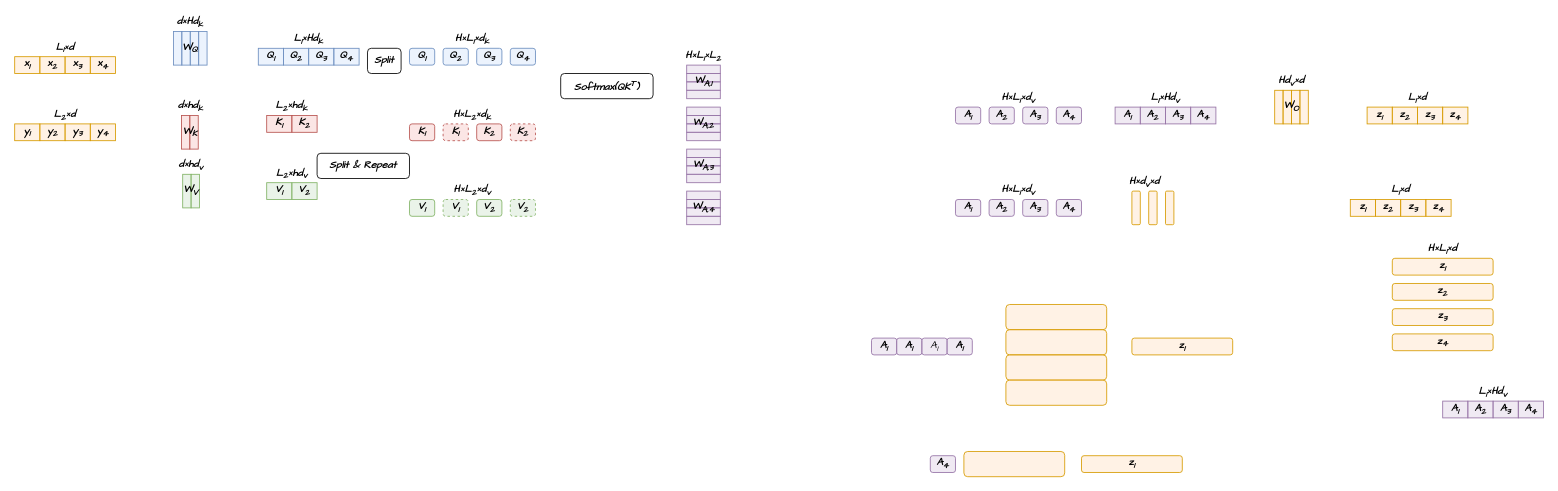
The draw.io diagram page "第 2 页" (2 of 3) of 未命名绘图2.drawio in ZhangzeqingCN/api-project, before the edit. Source tidied: cells renumbered, new cells numbered last; positions are measured from the earlier drawing's top-left corner, leaving out a move shared by most shapes. Both pictures are drawn from the tidied source at 84%, with x=0, y=0 at pixel (14, 14).
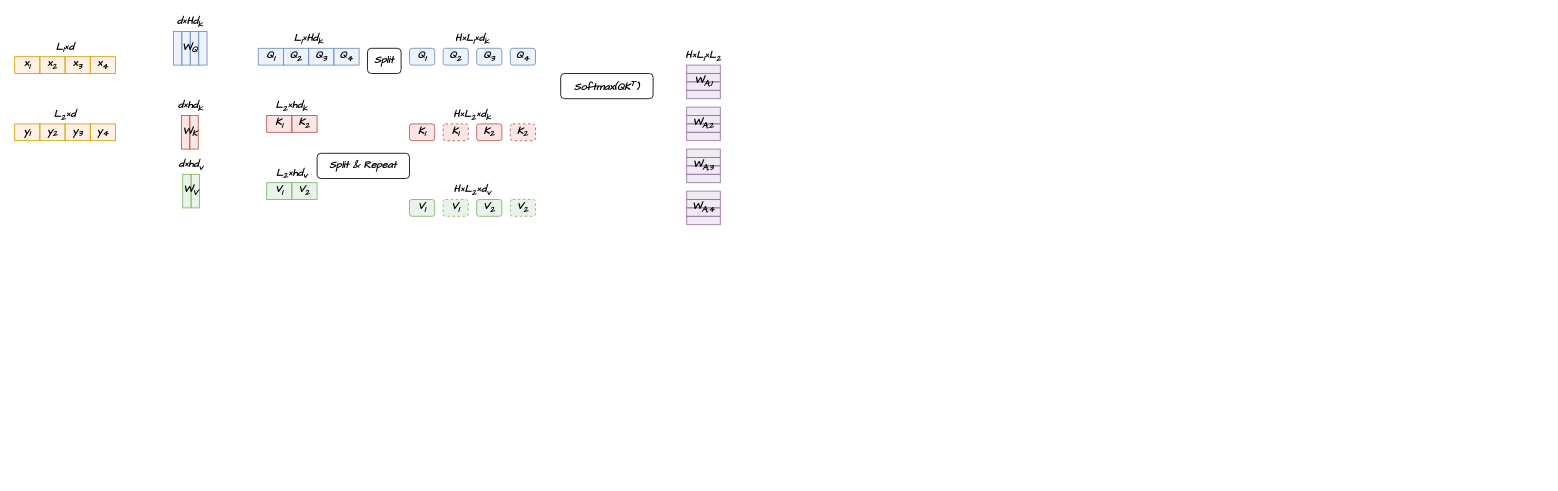
Above is the later version.

Commit message:
更新未命名绘图2.drawio

Change to the diagram source:
```diff
@@
-    <mxCell id="85" style="group;" parent="1" vertex="1">
-      <mxGeometry x="1610" y="90" width="120" height="40" as="geometry" />
-    </mxCell>
-    <mxCell id="86" value="&lt;span&gt;&lt;span&gt;z&lt;sub&gt;1&lt;/sub&gt;&lt;/span&gt;&lt;/span&gt;" style="rounded=0;whiteSpace=wrap;html=1;rotation=0;fillColor=#ffe6cc;strokeColor=#d79b00;fillOpacity=50;fontFamily=Comic Sans MS;fontStyle=3;" parent="85" vertex="1">
-      <mxGeometry y="20" width="30" height="20" as="geometry" />
-    </mxCell>
-    <mxCell id="87" value="&lt;span&gt;&lt;span&gt;z&lt;sub&gt;2&lt;/sub&gt;&lt;/span&gt;&lt;/span&gt;" style="rounded=0;whiteSpace=wrap;html=1;rotation=0;fillColor=#ffe6cc;strokeColor=#d79b00;fillOpacity=50;fontFamily=Comic Sans MS;fontStyle=3;" parent="85" vertex="1">
-      <mxGeometry x="30" y="20" width="30" height="20" as="geometry" />
-    </mxCell>
-    <mxCell id="88" value="&lt;span&gt;&lt;span&gt;z&lt;sub&gt;3&lt;/sub&gt;&lt;/span&gt;&lt;/span&gt;" style="rounded=0;whiteSpace=wrap;html=1;rotation=0;fillColor=#ffe6cc;strokeColor=#d79b00;fillOpacity=50;fontFamily=Comic Sans MS;fontStyle=3;" parent="85" vertex="1">
-      <mxGeometry x="60" y="20" width="30" height="20" as="geometry" />
-    </mxCell>
-    <mxCell id="89" value="&lt;span&gt;&lt;span&gt;z&lt;sub&gt;4&lt;/sub&gt;&lt;/span&gt;&lt;/span&gt;" style="rounded=0;whiteSpace=wrap;html=1;rotation=0;fillColor=#ffe6cc;strokeColor=#d79b00;fillOpacity=50;fontFamily=Comic Sans MS;fontStyle=3;" parent="85" vertex="1">
-      <mxGeometry x="90" y="20" width="30" height="20" as="geometry" />
-    </mxCell>
-    <mxCell id="90" value="&lt;font&gt;&lt;span&gt;&lt;span&gt;L&lt;sub&gt;1&lt;/sub&gt;×d&lt;/span&gt;&lt;/span&gt;&lt;/font&gt;" style="text;html=1;align=center;verticalAlign=middle;whiteSpace=wrap;rounded=0;fontFamily=Comic Sans MS;fontStyle=3;" parent="85" vertex="1">
-      <mxGeometry width="120" height="20" as="geometry" />
-    </mxCell>
-    <mxCell id="91" style="group;" parent="1" vertex="1">
-      <mxGeometry x="1120" y="90" width="150" height="40" as="geometry" />
-    </mxCell>
-    <mxCell id="92" value="&lt;span&gt;&lt;span&gt;A&lt;sub&gt;1&lt;/sub&gt;&lt;/span&gt;&lt;/span&gt;" style="rounded=1;whiteSpace=wrap;html=1;rotation=0;fillColor=#e1d5e7;strokeColor=#9673a6;fillOpacity=50;fontFamily=Comic Sans MS;fontStyle=3;" parent="91" vertex="1">
-      <mxGeometry y="20" width="30" height="20" as="geometry" />
-    </mxCell>
-    <mxCell id="93" value="&lt;span&gt;&lt;span&gt;A&lt;sub&gt;2&lt;/sub&gt;&lt;/span&gt;&lt;/span&gt;" style="rounded=1;whiteSpace=wrap;html=1;rotation=0;fillColor=#e1d5e7;strokeColor=#9673a6;fillOpacity=50;fontFamily=Comic Sans MS;fontStyle=3;" parent="91" vertex="1">
-      <mxGeometry x="40" y="20" width="30" height="20" as="geometry" />
-    </mxCell>
-    <mxCell id="94" value="&lt;span&gt;&lt;span&gt;A&lt;sub&gt;3&lt;/sub&gt;&lt;/span&gt;&lt;/span&gt;" style="rounded=1;whiteSpace=wrap;html=1;rotation=0;fillColor=#e1d5e7;strokeColor=#9673a6;fillOpacity=50;fontFamily=Comic Sans MS;fontStyle=3;" parent="91" vertex="1">
-      <mxGeometry x="80" y="20" width="30" height="20" as="geometry" />
-    </mxCell>
-    <mxCell id="95" value="&lt;span&gt;&lt;span&gt;A&lt;sub&gt;4&lt;/sub&gt;&lt;/span&gt;&lt;/span&gt;" style="rounded=1;whiteSpace=wrap;html=1;rotation=0;fillColor=#e1d5e7;strokeColor=#9673a6;fillOpacity=50;fontFamily=Comic Sans MS;fontStyle=3;" parent="91" vertex="1">
-      <mxGeometry x="120" y="20" width="30" height="20" as="geometry" />
-    </mxCell>
-    <mxCell id="96" value="&lt;font&gt;H×&lt;span&gt;&lt;span&gt;L&lt;sub&gt;1&lt;/sub&gt;×d&lt;sub&gt;v&lt;/sub&gt;&lt;/span&gt;&lt;/span&gt;&lt;/font&gt;" style="text;html=1;align=center;verticalAlign=middle;whiteSpace=wrap;rounded=1;fontFamily=Comic Sans MS;fontStyle=3;" parent="91" vertex="1">
-      <mxGeometry width="150" height="20" as="geometry" />
-    </mxCell>
-    <mxCell id="97" style="group;" parent="1" vertex="1">
-      <mxGeometry x="1310" y="90" width="120" height="40" as="geometry" />
-    </mxCell>
-    <mxCell id="98" value="&lt;span&gt;&lt;span&gt;A&lt;sub&gt;1&lt;/sub&gt;&lt;/span&gt;&lt;/span&gt;" style="rounded=0;whiteSpace=wrap;html=1;rotation=0;fillColor=#e1d5e7;strokeColor=#9673a6;fillOpacity=50;fontFamily=Comic Sans MS;fontStyle=3;" parent="97" vertex="1">
-      <mxGeometry y="20" width="30" height="20" as="geometry" />
-    </mxCell>
-    <mxCell id="99" value="&lt;span&gt;&lt;span&gt;A&lt;sub&gt;2&lt;/sub&gt;&lt;/span&gt;&lt;/span&gt;" style="rounded=0;whiteSpace=wrap;html=1;rotation=0;fillColor=#e1d5e7;strokeColor=#9673a6;fillOpacity=50;fontFamily=Comic Sans MS;fontStyle=3;" parent="97" vertex="1">
-      <mxGeometry x="30" y="20" width="30" height="20" as="geometry" />
-    </mxCell>
-    <mxCell id="100" value="&lt;span&gt;&lt;span&gt;A&lt;sub&gt;3&lt;/sub&gt;&lt;/span&gt;&lt;/span&gt;" style="rounded=0;whiteSpace=wrap;html=1;rotation=0;fillColor=#e1d5e7;strokeColor=#9673a6;fillOpacity=50;fontFamily=Comic Sans MS;fontStyle=3;" parent="97" vertex="1">
-      <mxGeometry x="60" y="20" width="30" height="20" as="geometry" />
-    </mxCell>
-    <mxCell id="101" value="&lt;span&gt;&lt;span&gt;A&lt;sub&gt;4&lt;/sub&gt;&lt;/span&gt;&lt;/span&gt;" style="rounded=0;whiteSpace=wrap;html=1;rotation=0;fillColor=#e1d5e7;strokeColor=#9673a6;fillOpacity=50;fontFamily=Comic Sans MS;fontStyle=3;" parent="97" vertex="1">
-      <mxGeometry x="90" y="20" width="30" height="20" as="geometry" />
-    </mxCell>
-    <mxCell id="102" value="&lt;font&gt;&lt;span&gt;&lt;span&gt;L&lt;sub&gt;1&lt;/sub&gt;×Hd&lt;sub&gt;v&lt;/sub&gt;&lt;/span&gt;&lt;/span&gt;&lt;/font&gt;" style="text;html=1;align=center;verticalAlign=middle;whiteSpace=wrap;rounded=1;fontFamily=Comic Sans MS;fontStyle=3;" parent="97" vertex="1">
-      <mxGeometry width="120" height="20" as="geometry" />
-    </mxCell>
-    <mxCell id="103" style="group;" parent="1" vertex="1">
-      <mxGeometry x="1500" y="70" width="40" height="60" as="geometry" />
-    </mxCell>
-    <mxCell id="104" value="&lt;font&gt;Hd&lt;sub&gt;v&lt;/sub&gt;×&lt;span&gt;&lt;span&gt;d&lt;/span&gt;&lt;/span&gt;&lt;/font&gt;" style="text;html=1;align=center;verticalAlign=middle;whiteSpace=wrap;rounded=0;fontFamily=Comic Sans MS;fontStyle=3;" parent="103" vertex="1">
-      <mxGeometry width="40" height="20" as="geometry" />
-    </mxCell>
-    <mxCell id="105" style="rounded=0;whiteSpace=wrap;html=1;rotation=0;fillColor=#ffe6cc;strokeColor=#d79b00;fillOpacity=50;fontSize=6;fontFamily=Comic Sans MS;fontStyle=3;" parent="103" vertex="1">
-      <mxGeometry y="20" width="10" height="40" as="geometry" />
-    </mxCell>
-    <mxCell id="106" style="rounded=0;whiteSpace=wrap;html=1;rotation=0;fillColor=#ffe6cc;strokeColor=#d79b00;fillOpacity=50;fontSize=6;fontFamily=Comic Sans MS;fontStyle=3;" parent="103" vertex="1">
-      <mxGeometry x="10" y="20" width="10" height="40" as="geometry" />
-    </mxCell>
-    <mxCell id="107" style="rounded=0;whiteSpace=wrap;html=1;rotation=0;fillColor=#ffe6cc;strokeColor=#d79b00;fillOpacity=50;fontSize=6;fontFamily=Comic Sans MS;fontStyle=3;" parent="103" vertex="1">
-      <mxGeometry x="30" y="20" width="10" height="40" as="geometry" />
-    </mxCell>
-    <mxCell id="108" style="rounded=0;whiteSpace=wrap;html=1;rotation=0;fillColor=#ffe6cc;strokeColor=#d79b00;fillOpacity=50;fontSize=6;fontFamily=Comic Sans MS;fontStyle=3;" parent="103" vertex="1">
-      <mxGeometry x="20" y="20" width="10" height="40" as="geometry" />
-    </mxCell>
-    <mxCell id="109" value="&lt;span&gt;&lt;span&gt;&lt;font&gt;W&lt;sub&gt;O&lt;/sub&gt;&lt;/font&gt;&lt;/span&gt;&lt;/span&gt;" style="text;html=1;align=center;verticalAlign=middle;whiteSpace=wrap;rounded=0;fontFamily=Comic Sans MS;fontStyle=3;" parent="103" vertex="1">
-      <mxGeometry x="10" y="30" width="20" height="20" as="geometry" />
-    </mxCell>
-    <mxCell id="110" style="group;" parent="1" vertex="1">
-      <mxGeometry x="1120" y="200" width="150" height="40" as="geometry" />
-    </mxCell>
-    <mxCell id="111" value="&lt;span&gt;&lt;span&gt;A&lt;sub&gt;1&lt;/sub&gt;&lt;/span&gt;&lt;/span&gt;" style="rounded=1;whiteSpace=wrap;html=1;rotation=0;fillColor=#e1d5e7;strokeColor=#9673a6;fillOpacity=50;fontFamily=Comic Sans MS;fontStyle=3;" parent="110" vertex="1">
-      <mxGeometry y="20" width="30" height="20" as="geometry" />
-    </mxCell>
-    <mxCell id="112" value="&lt;span&gt;&lt;span&gt;A&lt;sub&gt;2&lt;/sub&gt;&lt;/span&gt;&lt;/span&gt;" style="rounded=1;whiteSpace=wrap;html=1;rotation=0;fillColor=#e1d5e7;strokeColor=#9673a6;fillOpacity=50;fontFamily=Comic Sans MS;fontStyle=3;" parent="110" vertex="1">
-      <mxGeometry x="40" y="20" width="30" height="20" as="geometry" />
-    </mxCell>
-    <mxCell id="113" value="&lt;span&gt;&lt;span&gt;A&lt;sub&gt;3&lt;/sub&gt;&lt;/span&gt;&lt;/span&gt;" style="rounded=1;whiteSpace=wrap;html=1;rotation=0;fillColor=#e1d5e7;strokeColor=#9673a6;fillOpacity=50;fontFamily=Comic Sans MS;fontStyle=3;" parent="110" vertex="1">
-      <mxGeometry x="80" y="20" width="30" height="20" as="geometry" />
-    </mxCell>
-    <mxCell id="114" value="&lt;span&gt;&lt;span&gt;A&lt;sub&gt;4&lt;/sub&gt;&lt;/span&gt;&lt;/span&gt;" style="rounded=1;whiteSpace=wrap;html=1;rotation=0;fillColor=#e1d5e7;strokeColor=#9673a6;fillOpacity=50;fontFamily=Comic Sans MS;fontStyle=3;" parent="110" vertex="1">
-      <mxGeometry x="120" y="20" width="30" height="20" as="geometry" />
-    </mxCell>
-    <mxCell id="115" value="&lt;font&gt;H×&lt;span&gt;&lt;span&gt;L&lt;sub&gt;1&lt;/sub&gt;×d&lt;sub&gt;v&lt;/sub&gt;&lt;/span&gt;&lt;/span&gt;&lt;/font&gt;" style="text;html=1;align=center;verticalAlign=middle;whiteSpace=wrap;rounded=1;fontFamily=Comic Sans MS;fontStyle=3;" parent="110" vertex="1">
-      <mxGeometry width="150" height="20" as="geometry" />
-    </mxCell>
-    <mxCell id="116" style="group;" parent="1" vertex="1">
-      <mxGeometry x="1700" y="440" width="120" height="40" as="geometry" />
-    </mxCell>
-    <mxCell id="117" value="&lt;span&gt;&lt;span&gt;A&lt;sub&gt;1&lt;/sub&gt;&lt;/span&gt;&lt;/span&gt;" style="rounded=0;whiteSpace=wrap;html=1;rotation=0;fillColor=#e1d5e7;strokeColor=#9673a6;fillOpacity=50;fontFamily=Comic Sans MS;fontStyle=3;" parent="116" vertex="1">
-      <mxGeometry y="20" width="30" height="20" as="geometry" />
-    </mxCell>
-    <mxCell id="118" value="&lt;span&gt;&lt;span&gt;A&lt;sub&gt;2&lt;/sub&gt;&lt;/span&gt;&lt;/span&gt;" style="rounded=0;whiteSpace=wrap;html=1;rotation=0;fillColor=#e1d5e7;strokeColor=#9673a6;fillOpacity=50;fontFamily=Comic Sans MS;fontStyle=3;" parent="116" vertex="1">
-      <mxGeometry x="30" y="20" width="30" height="20" as="geometry" />
-    </mxCell>
-    <mxCell id="119" value="&lt;span&gt;&lt;span&gt;A&lt;sub&gt;3&lt;/sub&gt;&lt;/span&gt;&lt;/span&gt;" style="rounded=0;whiteSpace=wrap;html=1;rotation=0;fillColor=#e1d5e7;strokeColor=#9673a6;fillOpacity=50;fontFamily=Comic Sans MS;fontStyle=3;" parent="116" vertex="1">
-      <mxGeometry x="60" y="20" width="30" height="20" as="geometry" />
-    </mxCell>
-    <mxCell id="120" value="&lt;span&gt;&lt;span&gt;A&lt;sub&gt;4&lt;/sub&gt;&lt;/span&gt;&lt;/span&gt;" style="rounded=0;whiteSpace=wrap;html=1;rotation=0;fillColor=#e1d5e7;strokeColor=#9673a6;fillOpacity=50;fontFamily=Comic Sans MS;fontStyle=3;" parent="116" vertex="1">
-      <mxGeometry x="90" y="20" width="30" height="20" as="geometry" />
-    </mxCell>
-    <mxCell id="121" value="&lt;font&gt;&lt;span&gt;&lt;span&gt;L&lt;sub&gt;1&lt;/sub&gt;×Hd&lt;sub&gt;v&lt;/sub&gt;&lt;/span&gt;&lt;/span&gt;&lt;/font&gt;" style="text;html=1;align=center;verticalAlign=middle;whiteSpace=wrap;rounded=1;fontFamily=Comic Sans MS;fontStyle=3;" parent="116" vertex="1">
-      <mxGeometry width="120" height="20" as="geometry" />
-    </mxCell>
-    <mxCell id="122" value="&lt;font&gt;H×d&lt;sub&gt;v&lt;/sub&gt;×&lt;span&gt;&lt;span&gt;d&lt;/span&gt;&lt;/span&gt;&lt;/font&gt;" style="text;html=1;align=center;verticalAlign=middle;whiteSpace=wrap;rounded=0;fontFamily=Comic Sans MS;fontStyle=3;" parent="1" vertex="1">
-      <mxGeometry x="1310" y="190" width="70" height="20" as="geometry" />
-    </mxCell>
-    <mxCell id="123" style="rounded=1;whiteSpace=wrap;html=1;rotation=0;fillColor=#ffe6cc;strokeColor=#d79b00;fillOpacity=50;fontSize=6;fontFamily=Comic Sans MS;fontStyle=3;" parent="1" vertex="1">
-      <mxGeometry x="1130" y="520" width="120" height="30" as="geometry" />
-    </mxCell>
-    <mxCell id="124" style="rounded=1;whiteSpace=wrap;html=1;rotation=0;fillColor=#ffe6cc;strokeColor=#d79b00;fillOpacity=50;fontSize=6;fontFamily=Comic Sans MS;fontStyle=3;" parent="1" vertex="1">
-      <mxGeometry x="1350" y="210" width="10" height="40" as="geometry" />
-    </mxCell>
-    <mxCell id="125" style="rounded=1;whiteSpace=wrap;html=1;rotation=0;fillColor=#ffe6cc;strokeColor=#d79b00;fillOpacity=50;fontSize=6;fontFamily=Comic Sans MS;fontStyle=3;" parent="1" vertex="1">
-      <mxGeometry x="1330" y="210" width="10" height="40" as="geometry" />
-    </mxCell>
-    <mxCell id="126" style="rounded=1;whiteSpace=wrap;html=1;rotation=0;fillColor=#ffe6cc;strokeColor=#d79b00;fillOpacity=50;fontSize=6;fontFamily=Comic Sans MS;fontStyle=3;" parent="1" vertex="1">
-      <mxGeometry x="1370" y="210" width="10" height="40" as="geometry" />
-    </mxCell>
-    <mxCell id="127" value="&lt;span&gt;&lt;span&gt;z&lt;sub&gt;1&lt;/sub&gt;&lt;/span&gt;&lt;/span&gt;" style="rounded=1;whiteSpace=wrap;html=1;rotation=0;fillColor=#ffe6cc;strokeColor=#d79b00;fillOpacity=50;fontFamily=Comic Sans MS;fontStyle=3;" parent="1" vertex="1">
-      <mxGeometry x="1640" y="290" width="120" height="20" as="geometry" />
-    </mxCell>
-    <mxCell id="128" value="&lt;span&gt;&lt;span&gt;z&lt;sub&gt;2&lt;/sub&gt;&lt;/span&gt;&lt;/span&gt;" style="rounded=1;whiteSpace=wrap;html=1;rotation=0;fillColor=#ffe6cc;strokeColor=#d79b00;fillOpacity=50;fontFamily=Comic Sans MS;fontStyle=3;" parent="1" vertex="1">
-      <mxGeometry x="1640" y="320" width="120" height="20" as="geometry" />
-    </mxCell>
-    <mxCell id="129" value="&lt;span&gt;&lt;span&gt;z&lt;sub&gt;3&lt;/sub&gt;&lt;/span&gt;&lt;/span&gt;" style="rounded=1;whiteSpace=wrap;html=1;rotation=0;fillColor=#ffe6cc;strokeColor=#d79b00;fillOpacity=50;fontFamily=Comic Sans MS;fontStyle=3;" parent="1" vertex="1">
-      <mxGeometry x="1640" y="350" width="120" height="20" as="geometry" />
-    </mxCell>
-    <mxCell id="130" value="&lt;span&gt;&lt;span&gt;z&lt;sub&gt;4&lt;/sub&gt;&lt;/span&gt;&lt;/span&gt;" style="rounded=1;whiteSpace=wrap;html=1;rotation=0;fillColor=#ffe6cc;strokeColor=#d79b00;fillOpacity=50;fontFamily=Comic Sans MS;fontStyle=3;" parent="1" vertex="1">
-      <mxGeometry x="1640" y="380" width="120" height="20" as="geometry" />
-    </mxCell>
-    <mxCell id="131" value="&lt;font&gt;H×L&lt;sub&gt;1&lt;/sub&gt;×&lt;span&gt;&lt;span&gt;d&lt;/span&gt;&lt;/span&gt;&lt;/font&gt;" style="text;html=1;align=center;verticalAlign=middle;whiteSpace=wrap;rounded=0;fontFamily=Comic Sans MS;fontStyle=3;" parent="1" vertex="1">
-      <mxGeometry x="1640" y="270" width="120" height="20" as="geometry" />
-    </mxCell>
-    <mxCell id="132" style="group;" parent="1" vertex="1">
-      <mxGeometry x="1590" y="200" width="120" height="40" as="geometry" />
-    </mxCell>
-    <mxCell id="133" value="&lt;span&gt;&lt;span&gt;z&lt;sub&gt;1&lt;/sub&gt;&lt;/span&gt;&lt;/span&gt;" style="rounded=0;whiteSpace=wrap;html=1;rotation=0;fillColor=#ffe6cc;strokeColor=#d79b00;fillOpacity=50;fontFamily=Comic Sans MS;fontStyle=3;" parent="132" vertex="1">
-      <mxGeometry y="20" width="30" height="20" as="geometry" />
-    </mxCell>
-    <mxCell id="134" value="&lt;span&gt;&lt;span&gt;z&lt;sub&gt;2&lt;/sub&gt;&lt;/span&gt;&lt;/span&gt;" style="rounded=0;whiteSpace=wrap;html=1;rotation=0;fillColor=#ffe6cc;strokeColor=#d79b00;fillOpacity=50;fontFamily=Comic Sans MS;fontStyle=3;" parent="132" vertex="1">
-      <mxGeometry x="30" y="20" width="30" height="20" as="geometry" />
-    </mxCell>
-    <mxCell id="135" value="&lt;span&gt;&lt;span&gt;z&lt;sub&gt;3&lt;/sub&gt;&lt;/span&gt;&lt;/span&gt;" style="rounded=0;whiteSpace=wrap;html=1;rotation=0;fillColor=#ffe6cc;strokeColor=#d79b00;fillOpacity=50;fontFamily=Comic Sans MS;fontStyle=3;" parent="132" vertex="1">
-      <mxGeometry x="60" y="20" width="30" height="20" as="geometry" />
-    </mxCell>
-    <mxCell id="136" value="&lt;span&gt;&lt;span&gt;z&lt;sub&gt;4&lt;/sub&gt;&lt;/span&gt;&lt;/span&gt;" style="rounded=0;whiteSpace=wrap;html=1;rotation=0;fillColor=#ffe6cc;strokeColor=#d79b00;fillOpacity=50;fontFamily=Comic Sans MS;fontStyle=3;" parent="132" vertex="1">
-      <mxGeometry x="90" y="20" width="30" height="20" as="geometry" />
-    </mxCell>
-    <mxCell id="137" value="&lt;font&gt;&lt;span&gt;&lt;span&gt;L&lt;sub&gt;1&lt;/sub&gt;×d&lt;/span&gt;&lt;/span&gt;&lt;/font&gt;" style="text;html=1;align=center;verticalAlign=middle;whiteSpace=wrap;rounded=0;fontFamily=Comic Sans MS;fontStyle=3;" parent="132" vertex="1">
-      <mxGeometry width="120" height="20" as="geometry" />
-    </mxCell>
-    <mxCell id="138" value="&lt;span&gt;&lt;span&gt;A&lt;sub&gt;1&lt;/sub&gt;&lt;/span&gt;&lt;/span&gt;" style="rounded=1;whiteSpace=wrap;html=1;rotation=0;fillColor=#e1d5e7;strokeColor=#9673a6;fillOpacity=50;fontFamily=Comic Sans MS;fontStyle=3;" parent="1" vertex="1">
-      <mxGeometry x="1020" y="385" width="30" height="20" as="geometry" />
-    </mxCell>
-    <mxCell id="139" value="&lt;span&gt;&lt;span&gt;A&lt;sub&gt;4&lt;/sub&gt;&lt;/span&gt;&lt;/span&gt;" style="rounded=1;whiteSpace=wrap;html=1;rotation=0;fillColor=#e1d5e7;strokeColor=#9673a6;fillOpacity=50;fontFamily=Comic Sans MS;fontStyle=3;" parent="1" vertex="1">
-      <mxGeometry x="1090" y="525" width="30" height="20" as="geometry" />
-    </mxCell>
-    <mxCell id="140" style="rounded=1;whiteSpace=wrap;html=1;rotation=0;fillColor=#ffe6cc;strokeColor=#d79b00;fillOpacity=50;fontSize=6;fontFamily=Comic Sans MS;fontStyle=3;" parent="1" vertex="1">
-      <mxGeometry x="1180" y="345" width="120" height="30" as="geometry" />
-    </mxCell>
-    <mxCell id="141" style="rounded=1;whiteSpace=wrap;html=1;rotation=0;fillColor=#ffe6cc;strokeColor=#d79b00;fillOpacity=50;fontSize=6;fontFamily=Comic Sans MS;fontStyle=3;" parent="1" vertex="1">
-      <mxGeometry x="1180" y="375" width="120" height="30" as="geometry" />
-    </mxCell>
-    <mxCell id="142" value="&lt;span&gt;&lt;span&gt;z&lt;sub&gt;1&lt;/sub&gt;&lt;/span&gt;&lt;/span&gt;" style="rounded=1;whiteSpace=wrap;html=1;rotation=0;fillColor=#ffe6cc;strokeColor=#d79b00;fillOpacity=50;fontFamily=Comic Sans MS;fontStyle=3;" parent="1" vertex="1">
-      <mxGeometry x="1270" y="525" width="120" height="20" as="geometry" />
-    </mxCell>
-    <mxCell id="143" value="&lt;span&gt;&lt;span&gt;A&lt;sub&gt;1&lt;/sub&gt;&lt;/span&gt;&lt;/span&gt;" style="rounded=1;whiteSpace=wrap;html=1;rotation=0;fillColor=#e1d5e7;strokeColor=#9673a6;fillOpacity=50;fontFamily=Comic Sans MS;fontStyle=3;" parent="1" vertex="1">
-      <mxGeometry x="1050" y="385" width="30" height="20" as="geometry" />
-    </mxCell>
-    <mxCell id="144" value="&lt;span&gt;&lt;span&gt;A&lt;sub&gt;1&lt;/sub&gt;&lt;/span&gt;&lt;/span&gt;" style="rounded=1;whiteSpace=wrap;html=1;rotation=0;fillColor=#e1d5e7;strokeColor=#9673a6;fillOpacity=50;fontFamily=Comic Sans MS;fontStyle=2;" parent="1" vertex="1">
-      <mxGeometry x="1080" y="385" width="30" height="20" as="geometry" />
-    </mxCell>
-    <mxCell id="145" value="&lt;span&gt;&lt;span&gt;A&lt;sub&gt;1&lt;/sub&gt;&lt;/span&gt;&lt;/span&gt;" style="rounded=1;whiteSpace=wrap;html=1;rotation=0;fillColor=#e1d5e7;strokeColor=#9673a6;fillOpacity=50;fontFamily=Comic Sans MS;fontStyle=3;" parent="1" vertex="1">
-      <mxGeometry x="1110" y="385" width="30" height="20" as="geometry" />
-    </mxCell>
-    <mxCell id="146" style="rounded=1;whiteSpace=wrap;html=1;rotation=0;fillColor=#ffe6cc;strokeColor=#d79b00;fillOpacity=50;fontSize=6;fontFamily=Comic Sans MS;fontStyle=3;" parent="1" vertex="1">
-      <mxGeometry x="1180" y="405" width="120" height="30" as="geometry" />
-    </mxCell>
-    <mxCell id="147" style="rounded=1;whiteSpace=wrap;html=1;rotation=0;fillColor=#ffe6cc;strokeColor=#d79b00;fillOpacity=50;fontSize=6;fontFamily=Comic Sans MS;fontStyle=3;" parent="1" vertex="1">
-      <mxGeometry x="1180" y="435" width="120" height="30" as="geometry" />
-    </mxCell>
-    <mxCell id="148" value="&lt;span&gt;&lt;span&gt;z&lt;sub&gt;1&lt;/sub&gt;&lt;/span&gt;&lt;/span&gt;" style="rounded=1;whiteSpace=wrap;html=1;rotation=0;fillColor=#ffe6cc;strokeColor=#d79b00;fillOpacity=50;fontFamily=Comic Sans MS;fontStyle=3;" parent="1" vertex="1">
-      <mxGeometry x="1330" y="385" width="120" height="20" as="geometry" />
-    </mxCell>
```
